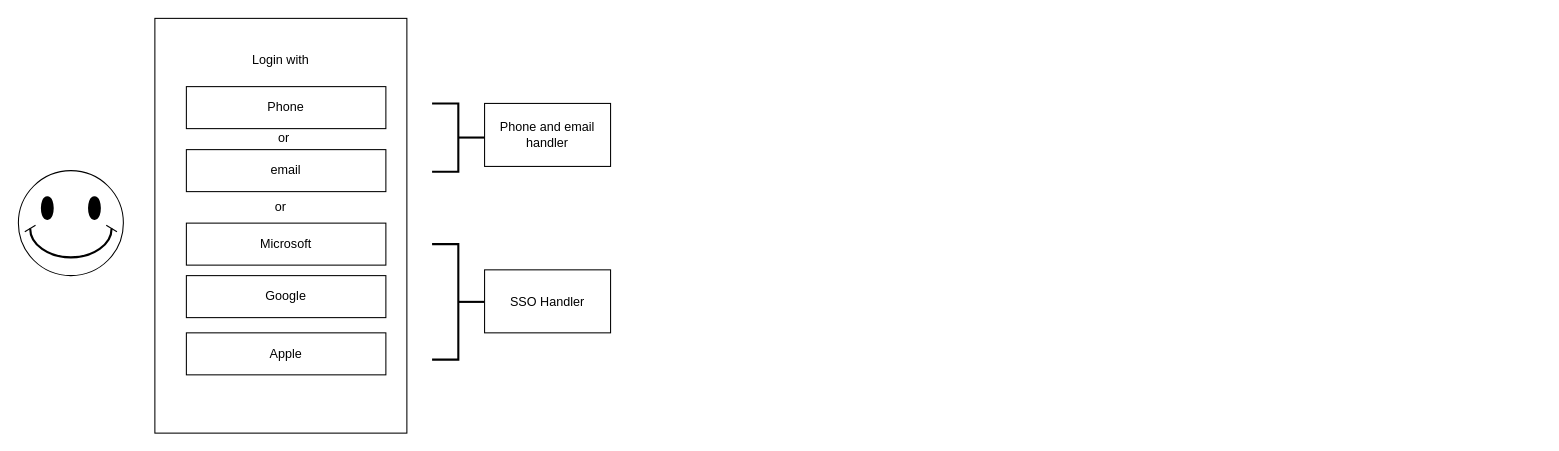
Before: Brainstorming/Brainstorming_1.drawio in dahoum/Nursery, a draw.io diagram. Source tidied: cells renumbered, new cells numbered last; positions are measured from the earlier drawing's top-left corner, leaving out a move shared by most shapes. Both pictures are drawn from the tidied source at 105%, with x=0, y=0 at pixel (18, 18).
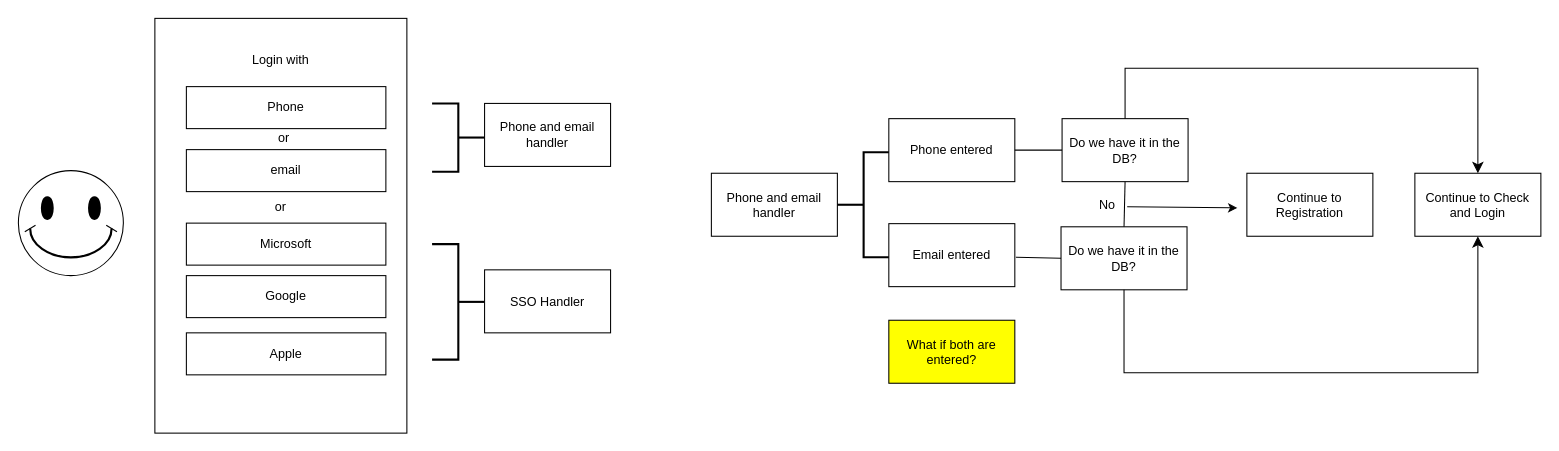
After the change.

Change to the diagram source:
```diff
@@
+    <mxCell id="16" value="Phone and email handler" style="rounded=0;whiteSpace=wrap;html=1;" parent="1" vertex="1">
+      <mxGeometry x="660" y="147.5" width="120" height="60" as="geometry" />
+    </mxCell>
+    <mxCell id="17" style="strokeWidth=2;html=1;shape=mxgraph.flowchart.annotation_2;align=left;labelPosition=right;" parent="1" vertex="1">
+      <mxGeometry x="780" y="127.5" width="50" height="100" as="geometry" />
+    </mxCell>
+    <mxCell id="18" value="Phone entered" style="rounded=0;whiteSpace=wrap;html=1;" parent="1" vertex="1">
+      <mxGeometry x="829" y="95.5" width="120" height="60" as="geometry" />
+    </mxCell>
+    <mxCell id="19" value="Email entered" style="rounded=0;whiteSpace=wrap;html=1;" parent="1" vertex="1">
+      <mxGeometry x="829" y="195.5" width="120" height="60" as="geometry" />
+    </mxCell>
+    <mxCell id="20" value="What if both are entered?" style="rounded=0;whiteSpace=wrap;html=1;fillColor=#FFFF00;" parent="1" vertex="1">
+      <mxGeometry x="829" y="287.5" width="120" height="60" as="geometry" />
+    </mxCell>
+    <mxCell id="21" value="Do we have it in the DB?" style="rounded=0;whiteSpace=wrap;html=1;" parent="1" vertex="1">
+      <mxGeometry x="994" y="95.5" width="120" height="60" as="geometry" />
+    </mxCell>
+    <mxCell id="22" value="Do we have it in the DB?" style="rounded=0;whiteSpace=wrap;html=1;" parent="1" vertex="1">
+      <mxGeometry x="993" y="198.5" width="120" height="60" as="geometry" />
+    </mxCell>
+    <mxCell id="23" style="endArrow=none;html=1;rounded=0;entryX=0;entryY=0.5;entryDx=0;entryDy=0;exitX=1;exitY=0.5;exitDx=0;exitDy=0;" parent="1" edge="1" source="18" target="21">
+      <mxGeometry relative="1" as="geometry" />
+    </mxCell>
+    <mxCell id="24" style="endArrow=none;html=1;rounded=0;entryX=0;entryY=0.5;entryDx=0;entryDy=0;" parent="1" edge="1" target="22">
+      <mxGeometry relative="1" as="geometry">
+        <mxPoint x="950" y="227.5" as="sourcePoint" />
+      </mxGeometry>
+    </mxCell>
+    <mxCell id="25" style="endArrow=none;html=1;rounded=0;entryX=0.5;entryY=1;entryDx=0;entryDy=0;exitX=0.5;exitY=0;exitDx=0;exitDy=0;" parent="1" edge="1" source="22" target="21">
+      <mxGeometry relative="1" as="geometry" />
+    </mxCell>
+    <mxCell id="26" value="No" style="text;html=1;align=right;verticalAlign=middle;whiteSpace=wrap;rounded=0;" parent="1" vertex="1">
+      <mxGeometry x="987" y="162.5" width="60" height="30" as="geometry" />
+    </mxCell>
+    <mxCell id="27" style="endArrow=classic;html=1;rounded=0;" parent="1" edge="1">
+      <mxGeometry relative="1" as="geometry">
+        <mxPoint x="1056" y="179.5" as="sourcePoint" />
+        <mxPoint x="1161" y="180.5" as="targetPoint" />
+      </mxGeometry>
+    </mxCell>
+    <mxCell id="28" value="Continue to Registration" style="rounded=0;whiteSpace=wrap;html=1;" parent="1" vertex="1">
+      <mxGeometry x="1170" y="147.5" width="120" height="60" as="geometry" />
+    </mxCell>
+    <mxCell id="29" style="edgeStyle=elbowEdgeStyle;elbow=vertical;endArrow=classic;html=1;curved=0;rounded=0;endSize=8;startSize=8;exitX=0.5;exitY=0;exitDx=0;exitDy=0;entryX=0.5;entryY=0;entryDx=0;entryDy=0;" parent="1" edge="1" source="21" target="30">
+      <mxGeometry relative="1" as="geometry">
+        <Array as="points">
+          <mxPoint x="1220" y="47.5" />
+        </Array>
+      </mxGeometry>
+    </mxCell>
+    <mxCell id="30" value="Continue to Check and Login" style="rounded=0;whiteSpace=wrap;html=1;" parent="1" vertex="1">
+      <mxGeometry x="1330" y="147.5" width="120" height="60" as="geometry" />
+    </mxCell>
+    <mxCell id="31" style="edgeStyle=elbowEdgeStyle;elbow=vertical;endArrow=classic;html=1;curved=0;rounded=0;endSize=8;startSize=8;exitX=0.5;exitY=1;exitDx=0;exitDy=0;entryX=0.5;entryY=1;entryDx=0;entryDy=0;" parent="1" edge="1" source="22" target="30">
+      <mxGeometry relative="1" as="geometry">
+        <Array as="points">
+          <mxPoint x="1220" y="337.5" />
+        </Array>
+      </mxGeometry>
+    </mxCell>
```
